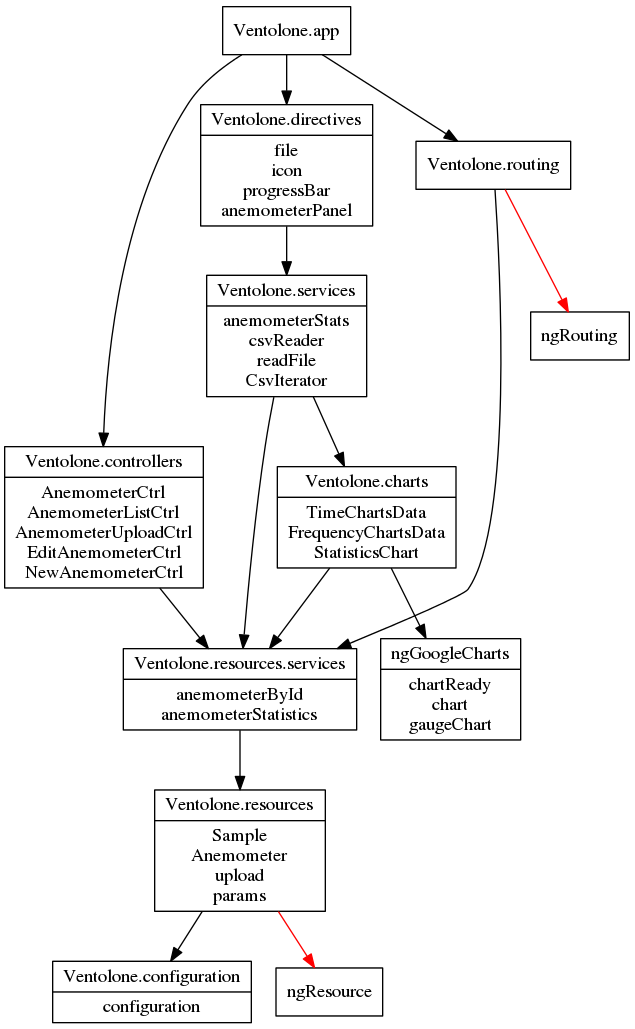
The Graphviz diagram dependencies-graph.png in VentolONE/ventolone-app, before a commit. Its source is kept beside it as dependencies-graph.dot.
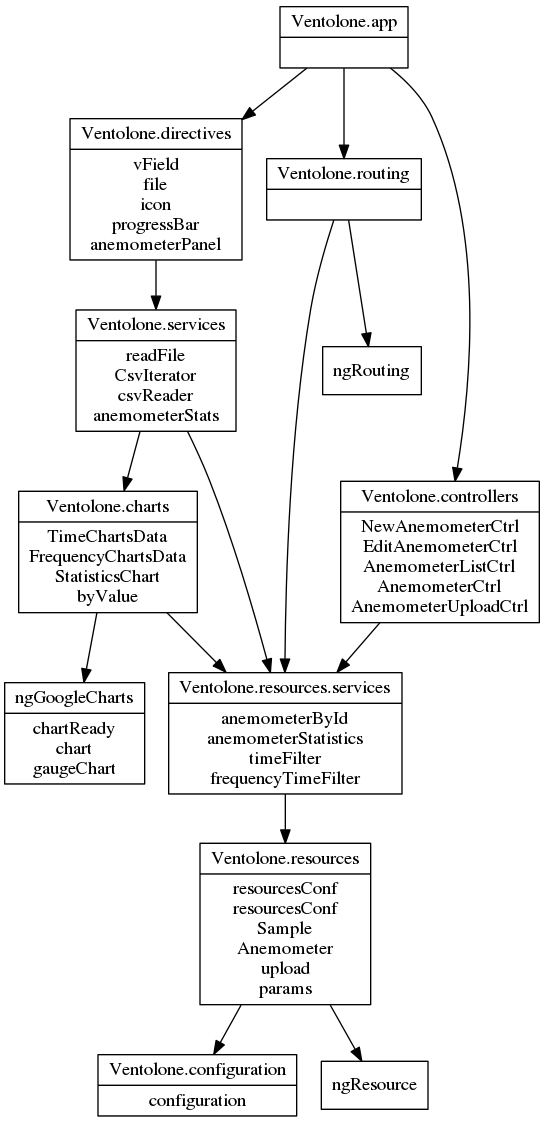
After the commit.

Commit message:
task to autogenerate dependencies graph

What changed in the source:
```diff
@@ -1,28 +1,38 @@
 digraph dependencies{
-  node[shape="record"]
+	node[shape="record"]
+"Ventolone.services"[label="{Ventolone.services|readFile\nCsvIterator\ncsvReader\nanemometerStats}"]
+"Ventolone.routing"[label="{Ventolone.routing|}"]
+"Ventolone.resources"[label="{Ventolone.resources|resourcesConf\nresourcesConf\nSample\nAnemometer\nupload\nparams}"]
+"Ventolone.resources.services"[label="{Ventolone.resources.services|anemometerById\nanemometerStatistics\ntimeFilter\nfrequencyTimeFilter}"]
+"Ventolone.app"[label="{Ventolone.app|}"]
+"ngGoogleCharts"[label="{ngGoogleCharts|chartReady\nchart\ngaugeChart}"]
+"Ventolone.directives"[label="{Ventolone.directives|vField\nfile\nicon\nprogressBar\nanemometerPanel}"]
+"Ventolone.controllers"[label="{Ventolone.controllers|NewAnemometerCtrl\nEditAnemometerCtrl\nAnemometerListCtrl\nAnemometerCtrl\nAnemometerUploadCtrl}"]
+"Ventolone.configuration"[label="{Ventolone.configuration|configuration}"]
+"Ventolone.charts"[label="{Ventolone.charts|TimeChartsData\nFrequencyChartsData\nStatisticsChart\nbyValue}"]
 
-  "Ventolone.configuration"[label="{Ventolone.configuration|configuration}"];
-  "Ventolone.resources"[label="{Ventolone.resources|Sample\nAnemometer\nupload\nparams}"]
-  "Ventolone.resources.services"[label="{Ventolone.resources.services|anemometerById\nanemometerStatistics}"]
-  "Ventolone.controllers"[label="{Ventolone.controllers|AnemometerCtrl\nAnemometerListCtrl\nAnemometerUploadCtrl\nEditAnemometerCtrl\nNewAnemometerCtrl}"]
-  "ngGoogleCharts"[label="{ngGoogleCharts|chartReady\nchart\ngaugeChart}"]
-  "Ventolone.charts"[label="{Ventolone.charts|TimeChartsData\nFrequencyChartsData\nStatisticsChart}"]
-  "Ventolone.services"[label="{Ventolone.services|anemometerStats\ncsvReader\nreadFile\nCsvIterator}"]
-  "Ventolone.directives"[label="{Ventolone.directives|file\nicon\nprogressBar\nanemometerPanel}"]
 
-  "Ventolone.app" -> "Ventolone.controllers"
-  "Ventolone.app" -> "Ventolone.directives"
-  "Ventolone.app" -> "Ventolone.routing"
+"Ventolone.charts" -> "ngGoogleCharts"
+"Ventolone.charts" -> "Ventolone.resources.services"
 
-  "Ventolone.charts" -> "ngGoogleCharts"
-  "Ventolone.charts" -> "Ventolone.resources.services"
-  "Ventolone.controllers" -> "Ventolone.resources.services"
-  "Ventolone.directives" -> "Ventolone.services"
-  "Ventolone.resources" -> "ngResource"[color="red"]
-  "Ventolone.resources" -> "Ventolone.configuration"
-  "Ventolone.resources.services" -> "Ventolone.resources";
-  "Ventolone.routing" -> "ngRouting"[color="red"]
-  "Ventolone.routing" -> "Ventolone.resources.services"
-  "Ventolone.services" -> "Ventolone.charts"
-  "Ventolone.services" -> "Ventolone.resources.services"
+
+"Ventolone.controllers" -> "Ventolone.resources.services"
+
+"Ventolone.directives" -> "Ventolone.services"
+
+
+"Ventolone.app" -> "Ventolone.controllers"
+"Ventolone.app" -> "Ventolone.directives"
+"Ventolone.app" -> "Ventolone.routing"
+
+"Ventolone.resources.services" -> "Ventolone.resources"
+
+"Ventolone.resources" -> "ngResource"
+"Ventolone.resources" -> "Ventolone.configuration"
+
+"Ventolone.routing" -> "ngRouting"
+"Ventolone.routing" -> "Ventolone.resources.services"
+
+"Ventolone.services" -> "Ventolone.charts"
+"Ventolone.services" -> "Ventolone.resources.services"
 }
```
